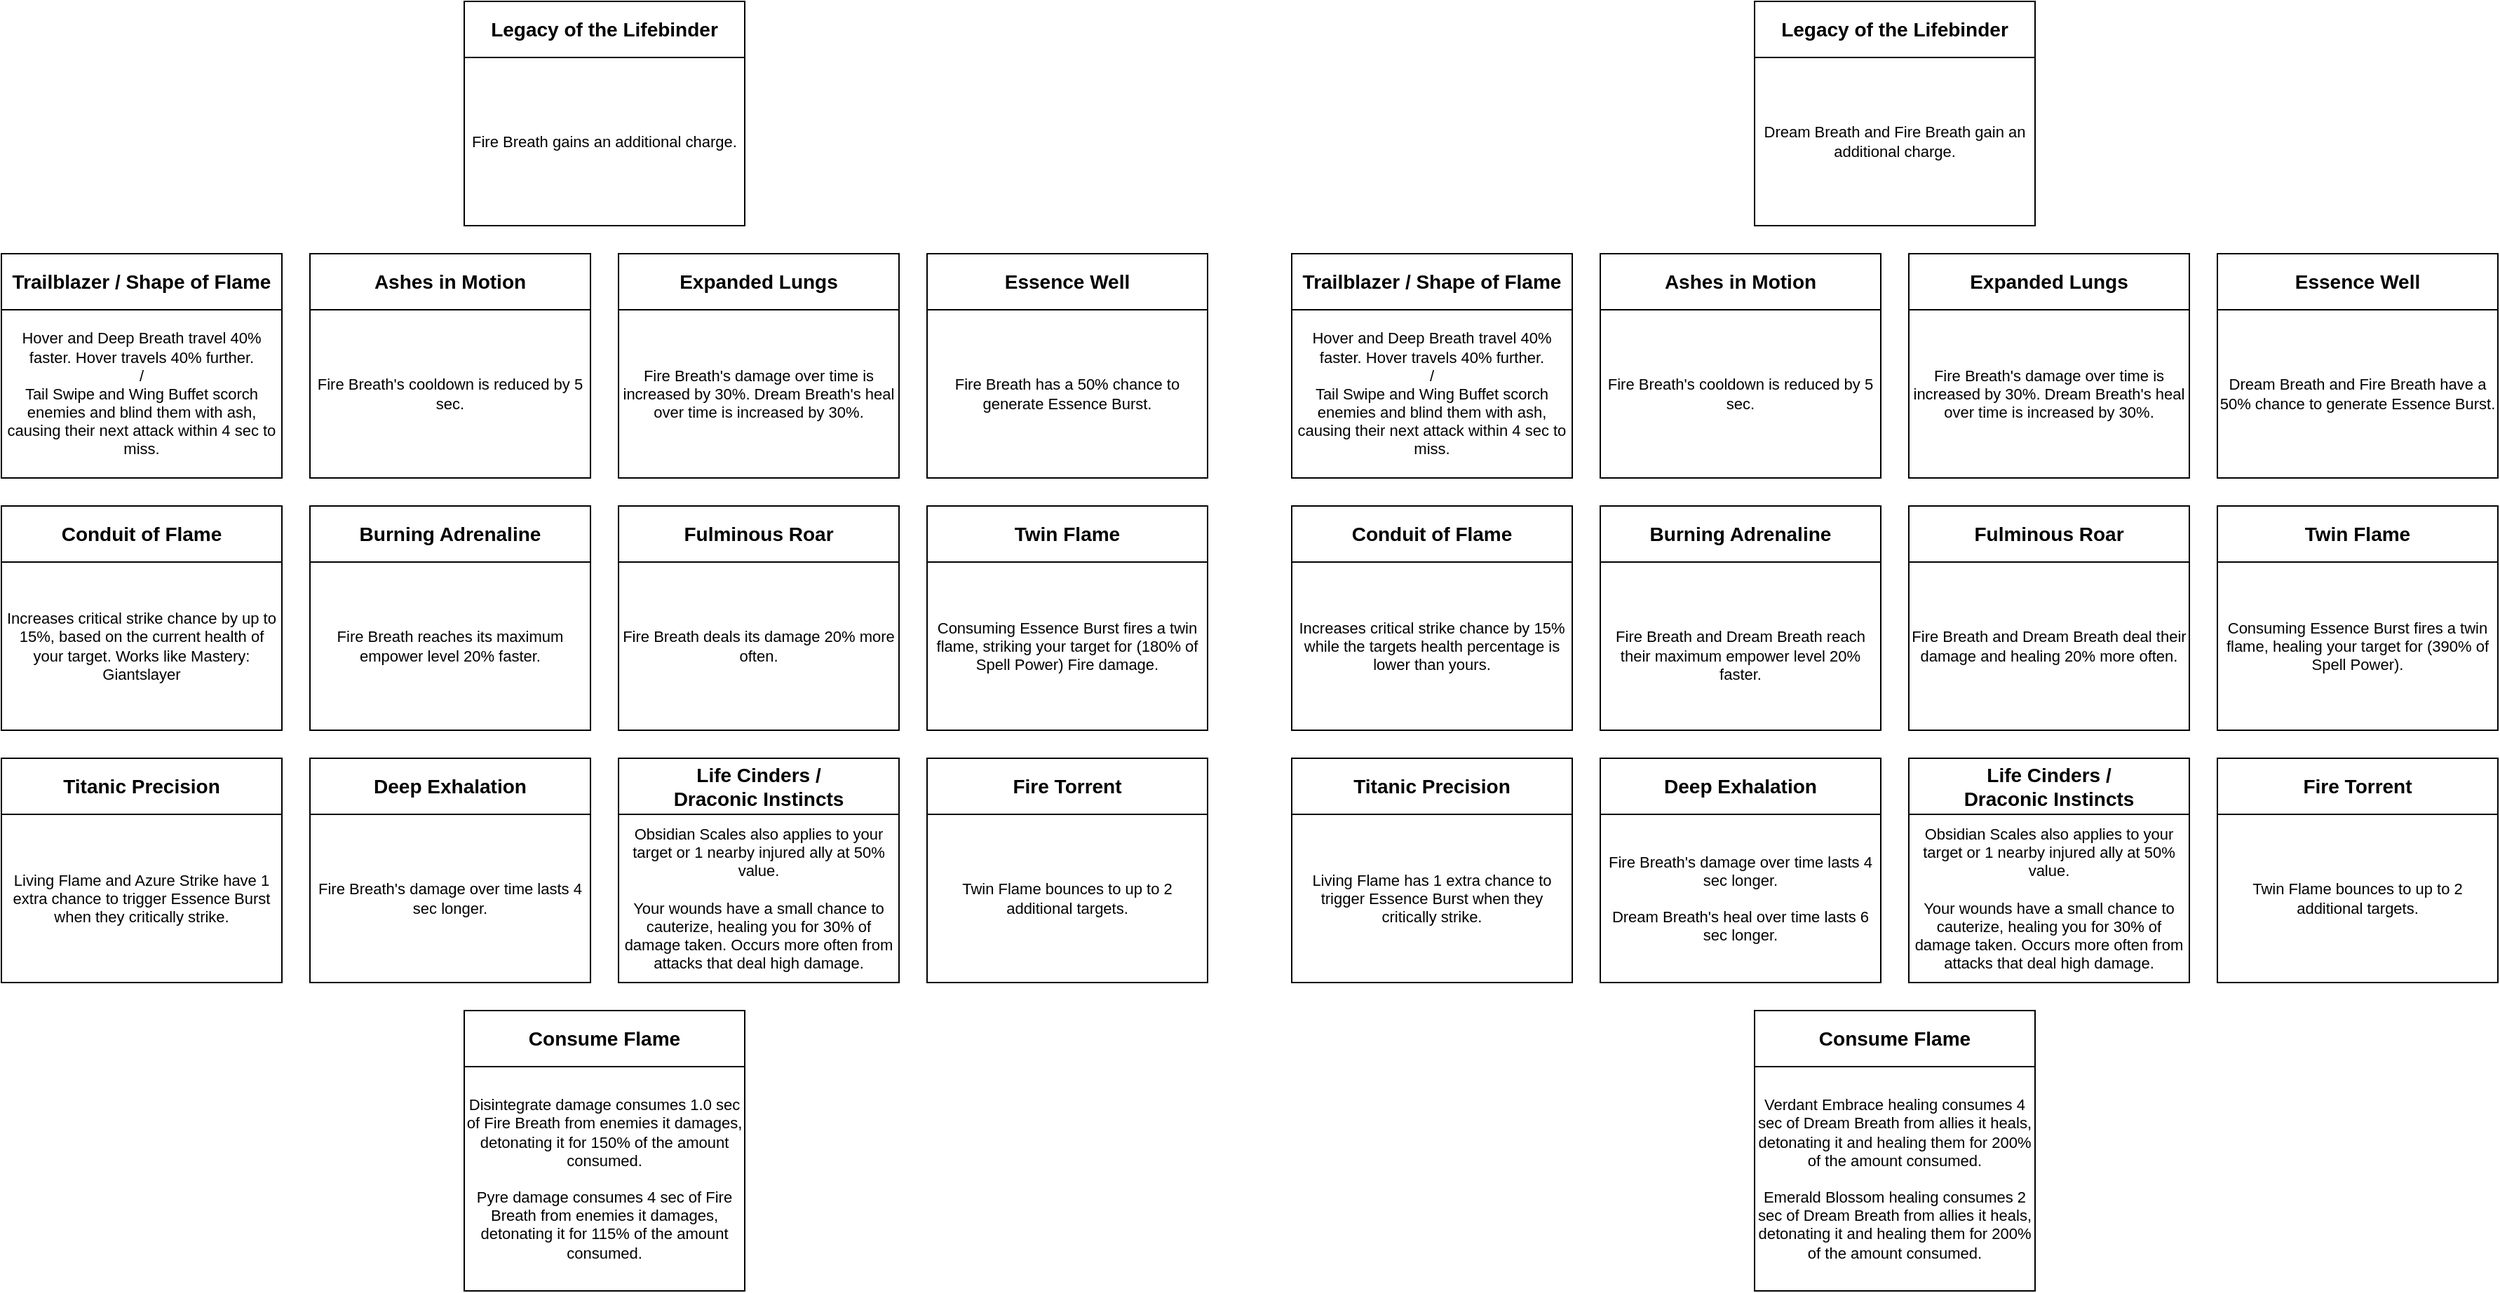
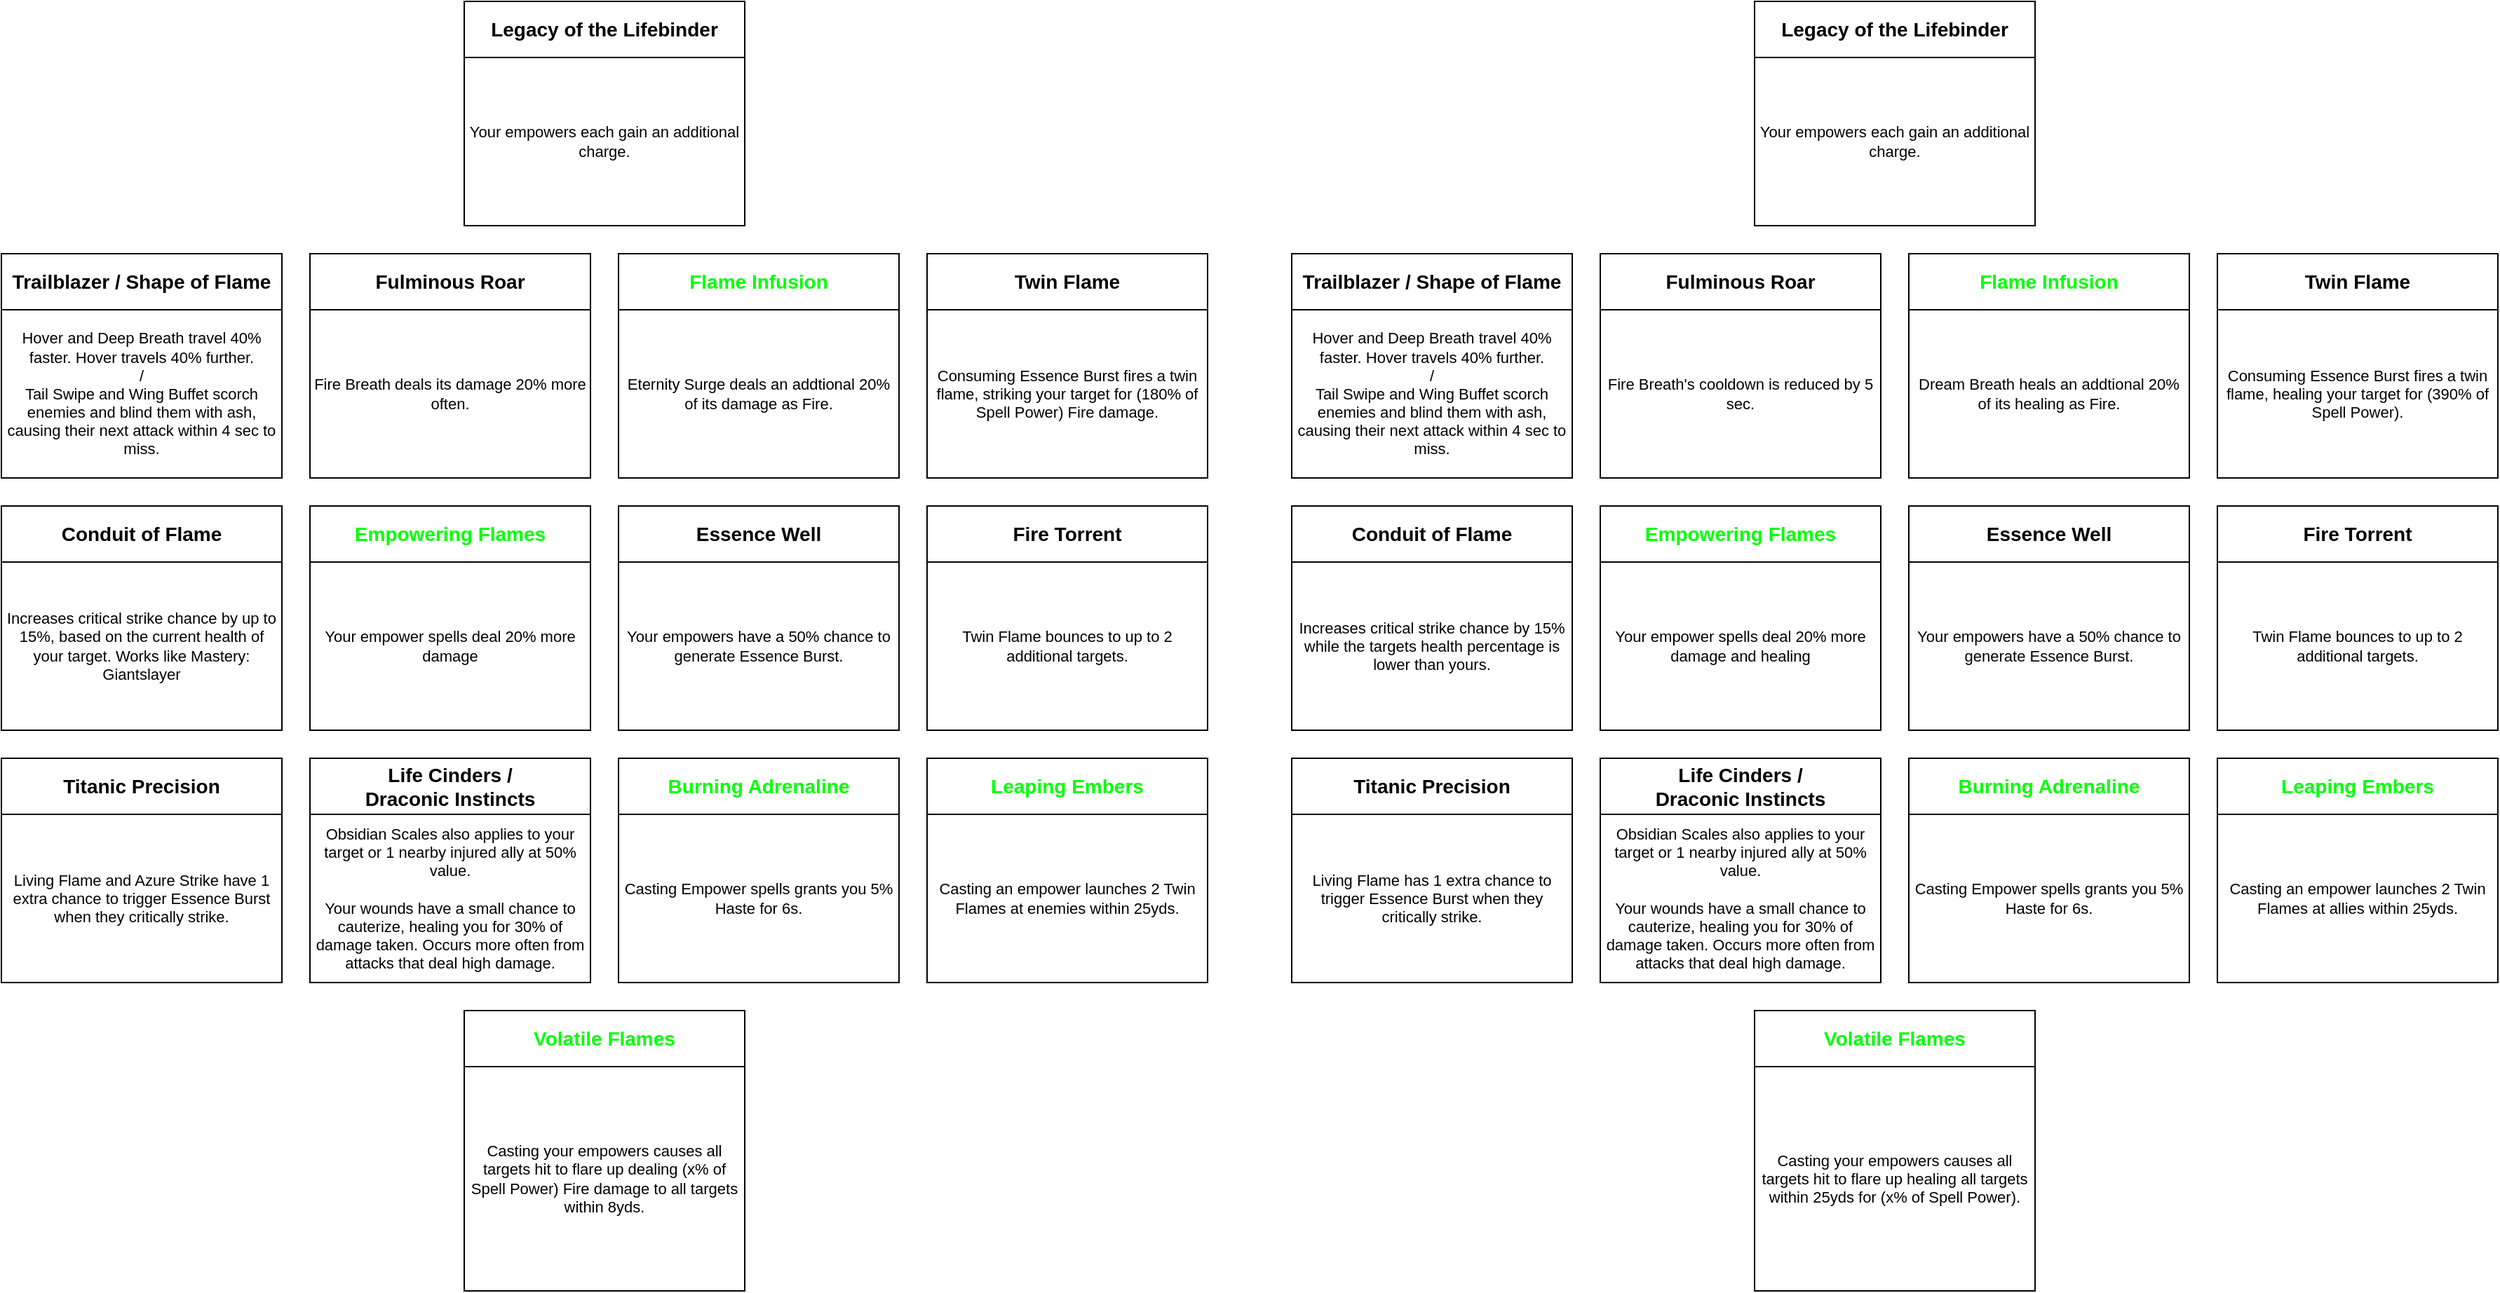
<mxfile host="app.diagrams.net" agent="Mozilla/5.0 (Windows NT 10.0; Win64; x64) AppleWebKit/537.36 (KHTML, like Gecko) Chrome/147.0.0.0 Safari/537.36 OPR/131.0.0.0">
  <diagram name="Page-1" id="7-C3C0MTsYJN3mklHAE3">
-     <mxGraphModel dx="1521" dy="844" grid="1" gridSize="10" guides="1" tooltips="1" connect="1" arrows="1" fold="1" page="1" pageScale="1" pageWidth="850" pageHeight="1100" math="0" shadow="0">
+     <mxGraphModel dx="1825" dy="1013" grid="1" gridSize="10" guides="1" tooltips="1" connect="1" arrows="1" fold="1" page="1" pageScale="1" pageWidth="850" pageHeight="1100" math="0" shadow="0">
      <root>
        <mxCell id="0" />
        <mxCell id="1" parent="0" />
-         <mxCell id="CbpXHZAzieputpjHQbmu-1" parent="1" style="rounded=0;whiteSpace=wrap;html=1;fontColor=default;fontStyle=1;fontSize=14;" value="&lt;div&gt;&lt;span style=&quot;background-color: transparent; color: light-dark(rgb(0, 0, 0), rgb(255, 255, 255));&quot;&gt;Legacy of the Lifebinder&lt;/span&gt;&lt;/div&gt;" vertex="1">
+         <mxCell id="CbpXHZAzieputpjHQbmu-1" parent="1" style="rounded=0;whiteSpace=wrap;html=1;fontColor=light-dark(#000000,#FFFF00);fontStyle=1;fontSize=14;" value="&lt;div&gt;&lt;span style=&quot;background-color: transparent;&quot;&gt;Legacy of the Lifebinder&lt;/span&gt;&lt;/div&gt;" vertex="1">
          <mxGeometry height="40" width="200" x="330" y="80" as="geometry" />
        </mxCell>
-         <mxCell id="CbpXHZAzieputpjHQbmu-6" parent="1" style="rounded=0;whiteSpace=wrap;html=1;verticalAlign=middle;fontSize=11;fontStyle=0" value="&lt;div&gt;&lt;span style=&quot;background-color: transparent; color: light-dark(rgb(0, 0, 0), rgb(255, 255, 255));&quot;&gt;Fire Breath gains an additional charge.&lt;/span&gt;&lt;/div&gt;" vertex="1">
+         <mxCell id="CbpXHZAzieputpjHQbmu-6" parent="1" style="rounded=0;whiteSpace=wrap;html=1;verticalAlign=middle;fontSize=11;fontStyle=0" value="Your empowers each gain an additional charge." vertex="1">
          <mxGeometry height="120" width="200" x="330" y="120" as="geometry" />
        </mxCell>
-         <mxCell id="CbpXHZAzieputpjHQbmu-7" parent="1" style="rounded=0;whiteSpace=wrap;html=1;fontColor=default;fontStyle=1;fontSize=14;" value="Burning Adrenaline" vertex="1">
+         <mxCell id="CbpXHZAzieputpjHQbmu-7" parent="1" style="rounded=0;whiteSpace=wrap;html=1;fontColor=#00FF00;fontStyle=1;fontSize=14;" value="Empowering Flames" vertex="1">
          <mxGeometry height="40" width="200" x="220" y="440" as="geometry" />
        </mxCell>
-         <mxCell id="CbpXHZAzieputpjHQbmu-8" parent="1" style="rounded=0;whiteSpace=wrap;html=1;fontSize=11;" value="&lt;div&gt;&lt;span style=&quot;background-color: transparent; color: light-dark(rgb(0, 0, 0), rgb(255, 255, 255));&quot;&gt;Fire Breath reaches its maximum empower level 20% faster.&lt;/span&gt;&lt;/div&gt;" vertex="1">
+         <mxCell id="CbpXHZAzieputpjHQbmu-8" parent="1" style="rounded=0;whiteSpace=wrap;html=1;fontSize=11;" value="Your empower spells deal 20% more damage" vertex="1">
          <mxGeometry height="120" width="200" x="220" y="480" as="geometry" />
        </mxCell>
        <mxCell id="CbpXHZAzieputpjHQbmu-9" parent="1" style="rounded=0;whiteSpace=wrap;html=1;fontColor=default;fontStyle=1;fontSize=14;" value="&lt;span&gt;&lt;font&gt;Trailblazer / Shape of Flame&lt;/font&gt;&lt;/span&gt;" vertex="1">
          <mxGeometry height="40" width="200" y="260" as="geometry" />
        </mxCell>
        <mxCell id="CbpXHZAzieputpjHQbmu-10" parent="1" style="rounded=0;whiteSpace=wrap;html=1;fontSize=11;" value="Hover and Deep Breath travel 40% faster. Hover travels 40% further.&lt;div&gt;/&lt;/div&gt;&lt;div&gt;Tail Swipe and Wing Buffet scorch enemies and blind them with ash, causing their next attack within 4 sec to miss.&lt;/div&gt;" vertex="1">
          <mxGeometry height="120" width="200" y="300" as="geometry" />
        </mxCell>
-         <mxCell id="CbpXHZAzieputpjHQbmu-11" parent="1" style="rounded=0;whiteSpace=wrap;html=1;fontStyle=1;fontSize=14;fontColor=light-dark(#000000,#FF9933);" value="&lt;span&gt;&lt;span&gt;Conduit of Flame&lt;/span&gt;&lt;/span&gt;" vertex="1">
+         <mxCell id="CbpXHZAzieputpjHQbmu-11" parent="1" style="rounded=0;whiteSpace=wrap;html=1;fontStyle=1;fontSize=14;fontColor=light-dark(#000000,#FFFF00);" value="&lt;span&gt;&lt;span&gt;Conduit of Flame&lt;/span&gt;&lt;/span&gt;" vertex="1">
          <mxGeometry height="40" width="200" y="440" as="geometry" />
        </mxCell>
        <mxCell id="CbpXHZAzieputpjHQbmu-12" parent="1" style="rounded=0;whiteSpace=wrap;html=1;fontSize=11;" value="Increases critical strike chance by up to 15%, based on the current health of your target. Works like Mastery: Giantslayer" vertex="1">
          <mxGeometry height="120" width="200" y="480" as="geometry" />
        </mxCell>
        <mxCell id="CbpXHZAzieputpjHQbmu-14" parent="1" style="rounded=0;whiteSpace=wrap;html=1;fontColor=default;fontStyle=1;fontSize=14;" value="Titanic Precision" vertex="1">
          <mxGeometry height="40" width="200" y="620" as="geometry" />
        </mxCell>
        <mxCell id="CbpXHZAzieputpjHQbmu-15" parent="1" style="rounded=0;whiteSpace=wrap;html=1;fontSize=11;" value="Living Flame and Azure Strike have 1 extra chance to trigger Essence Burst when they critically strike." vertex="1">
          <mxGeometry height="120" width="200" y="660" as="geometry" />
        </mxCell>
-         <mxCell id="CbpXHZAzieputpjHQbmu-16" parent="1" style="rounded=0;whiteSpace=wrap;html=1;fontColor=default;fontStyle=1;fontSize=14;" value="Ashes in Motion" vertex="1">
+         <mxCell id="CbpXHZAzieputpjHQbmu-16" parent="1" style="rounded=0;whiteSpace=wrap;html=1;fontColor=light-dark(#000000,#FF9933);fontStyle=1;fontSize=14;" value="&lt;span style=&quot;&quot;&gt;Fulminous Roar&lt;/span&gt;" vertex="1">
          <mxGeometry height="40" width="200" x="220" y="260" as="geometry" />
        </mxCell>
-         <mxCell id="CbpXHZAzieputpjHQbmu-17" parent="1" style="rounded=0;whiteSpace=wrap;html=1;fontSize=11;" value="Fire Breath&#39;s cooldown is reduced by 5 sec." vertex="1">
+         <mxCell id="CbpXHZAzieputpjHQbmu-17" parent="1" style="rounded=0;whiteSpace=wrap;html=1;fontSize=11;" value="Fire Breath deals its damage 20% more often." vertex="1">
          <mxGeometry height="120" width="200" x="220" y="300" as="geometry" />
        </mxCell>
-         <mxCell id="CbpXHZAzieputpjHQbmu-18" parent="1" style="rounded=0;whiteSpace=wrap;html=1;fontColor=default;fontStyle=1;fontSize=14;" value="Deep Exhalation" vertex="1">
+         <mxCell id="CbpXHZAzieputpjHQbmu-18" parent="1" style="rounded=0;whiteSpace=wrap;html=1;fontColor=light-dark(#000000,#FF9933);fontStyle=1;fontSize=14;" value="&lt;span style=&quot;&quot;&gt;Life Cinders /&lt;/span&gt;&lt;br style=&quot;&quot;&gt;&lt;span style=&quot;&quot;&gt;Draconic Instincts&lt;/span&gt;" vertex="1">
          <mxGeometry height="40" width="200" x="220" y="620" as="geometry" />
        </mxCell>
-         <mxCell id="CbpXHZAzieputpjHQbmu-19" parent="1" style="rounded=0;whiteSpace=wrap;html=1;fontSize=11;" value="&lt;div&gt;&lt;span style=&quot;background-color: transparent; color: light-dark(rgb(0, 0, 0), rgb(255, 255, 255));&quot;&gt;Fire Breath&#39;s damage over time lasts 4 sec longer.&lt;/span&gt;&lt;/div&gt;" vertex="1">
+         <mxCell id="CbpXHZAzieputpjHQbmu-19" parent="1" style="rounded=0;whiteSpace=wrap;html=1;fontSize=11;" value="Obsidian Scales also applies to your target or 1 nearby injured ally at 50% value.&lt;div&gt;&lt;br&gt;&lt;div&gt;Your wounds have a small chance to cauterize, healing you for 30% of damage taken. Occurs more often from attacks that deal high damage.&lt;/div&gt;&lt;/div&gt;" vertex="1">
          <mxGeometry height="120" width="200" x="220" y="660" as="geometry" />
        </mxCell>
-         <mxCell id="CbpXHZAzieputpjHQbmu-20" parent="1" style="rounded=0;whiteSpace=wrap;html=1;fontColor=#000000;fontStyle=1;fontSize=14;labelBackgroundColor=none;" value="Expanded Lungs" vertex="1">
+         <mxCell id="CbpXHZAzieputpjHQbmu-20" parent="1" style="rounded=0;whiteSpace=wrap;html=1;fontColor=#00FF00;fontStyle=1;fontSize=14;labelBackgroundColor=none;" value="Flame Infusion" vertex="1">
          <mxGeometry height="40" width="200" x="440" y="260" as="geometry" />
        </mxCell>
-         <mxCell id="CbpXHZAzieputpjHQbmu-21" parent="1" style="rounded=0;whiteSpace=wrap;html=1;fontSize=11;" value="Fire Breath&#39;s damage over time is increased by 30%. Dream Breath&#39;s heal over time is increased by 30%." vertex="1">
+         <mxCell id="CbpXHZAzieputpjHQbmu-21" parent="1" style="rounded=0;whiteSpace=wrap;html=1;fontSize=11;" value="Eternity Surge deals an&lt;span style=&quot;background-color: transparent; color: light-dark(rgb(0, 0, 0), rgb(255, 255, 255));&quot;&gt;&amp;nbsp;addtional 20% of its damage as Fire.&lt;/span&gt;" vertex="1">
          <mxGeometry height="120" width="200" x="440" y="300" as="geometry" />
        </mxCell>
-         <mxCell id="CbpXHZAzieputpjHQbmu-22" parent="1" style="rounded=0;whiteSpace=wrap;html=1;fontColor=default;fontStyle=1;fontSize=14;" value="Fulminous Roar" vertex="1">
+         <mxCell id="CbpXHZAzieputpjHQbmu-22" parent="1" style="rounded=0;whiteSpace=wrap;html=1;fontColor=light-dark(#000000,#FF9933);fontStyle=1;fontSize=14;" value="Essence Well" vertex="1">
          <mxGeometry height="40" width="200" x="440" y="440" as="geometry" />
        </mxCell>
-         <mxCell id="CbpXHZAzieputpjHQbmu-23" parent="1" style="rounded=0;whiteSpace=wrap;html=1;fontSize=11;" value="&lt;div&gt;Fire Breath deals its damage 20% more often.&lt;/div&gt;" vertex="1">
+         <mxCell id="CbpXHZAzieputpjHQbmu-23" parent="1" style="rounded=0;whiteSpace=wrap;html=1;fontSize=11;" value="Your empowers have a 50% chance to generate Essence Burst." vertex="1">
          <mxGeometry height="120" width="200" x="440" y="480" as="geometry" />
        </mxCell>
-         <mxCell id="CbpXHZAzieputpjHQbmu-24" parent="1" style="rounded=0;whiteSpace=wrap;html=1;fontColor=default;fontStyle=1;fontSize=14;" value="&lt;span&gt;Life Cinders / &lt;br&gt;Draconic Instincts&lt;/span&gt;" vertex="1">
+         <mxCell id="CbpXHZAzieputpjHQbmu-24" parent="1" style="rounded=0;whiteSpace=wrap;html=1;fontColor=#00FF00;fontStyle=1;fontSize=14;" value="Burning Adrenaline" vertex="1">
          <mxGeometry height="40" width="200" x="440" y="620" as="geometry" />
        </mxCell>
-         <mxCell id="CbpXHZAzieputpjHQbmu-25" parent="1" style="rounded=0;whiteSpace=wrap;html=1;fontSize=11;" value="Obsidian Scales also applies to your target or 1 nearby injured ally at 50% value.&lt;div&gt;&lt;br&gt;&lt;div&gt;Your wounds have a small chance to cauterize, healing you for 30% of damage taken. Occurs more often from attacks that deal high damage.&lt;/div&gt;&lt;/div&gt;" vertex="1">
+         <mxCell id="CbpXHZAzieputpjHQbmu-25" parent="1" style="rounded=0;whiteSpace=wrap;html=1;fontSize=11;" value="Casting Empower spells grants you 5% Haste for 6s." vertex="1">
          <mxGeometry height="120" width="200" x="440" y="660" as="geometry" />
        </mxCell>
-         <mxCell id="CbpXHZAzieputpjHQbmu-26" parent="1" style="rounded=0;whiteSpace=wrap;html=1;fontColor=default;fontStyle=1;fontSize=14;" value="Essence Well" vertex="1">
+         <mxCell id="CbpXHZAzieputpjHQbmu-26" parent="1" style="rounded=0;whiteSpace=wrap;html=1;fontColor=light-dark(#000000,#FF9933);fontStyle=1;fontSize=14;" value="Twin Flame" vertex="1">
          <mxGeometry height="40" width="200" x="660" y="260" as="geometry" />
        </mxCell>
-         <mxCell id="CbpXHZAzieputpjHQbmu-27" parent="1" style="rounded=0;whiteSpace=wrap;html=1;fontSize=11;" value="&lt;div&gt;&lt;span style=&quot;background-color: transparent; color: light-dark(rgb(0, 0, 0), rgb(255, 255, 255));&quot;&gt;Fire Breath has a 50% chance to generate Essence Burst.&lt;/span&gt;&lt;/div&gt;" vertex="1">
+         <mxCell id="CbpXHZAzieputpjHQbmu-27" parent="1" style="rounded=0;whiteSpace=wrap;html=1;fontSize=11;" value="Consuming Essence Burst fires a twin flame, striking your target for (180% of Spell Power) Fire damage." vertex="1">
          <mxGeometry height="120" width="200" x="660" y="300" as="geometry" />
        </mxCell>
-         <mxCell id="CbpXHZAzieputpjHQbmu-28" parent="1" style="rounded=0;whiteSpace=wrap;html=1;fontColor=default;fontSize=14;fontStyle=1" value="Twin Flame" vertex="1">
+         <mxCell id="CbpXHZAzieputpjHQbmu-28" parent="1" style="rounded=0;whiteSpace=wrap;html=1;fontColor=light-dark(#000000,#FF9933);fontSize=14;fontStyle=1" value="Fire Torrent" vertex="1">
          <mxGeometry height="40" width="200" x="660" y="440" as="geometry" />
        </mxCell>
-         <mxCell id="CbpXHZAzieputpjHQbmu-29" parent="1" style="rounded=0;whiteSpace=wrap;html=1;fontSize=11;" value="&lt;div&gt;&lt;span style=&quot;background-color: transparent; color: light-dark(rgb(0, 0, 0), rgb(255, 255, 255));&quot;&gt;Consuming Essence Burst fires a twin flame, striking your target for (180% of Spell Power) Fire damage.&lt;/span&gt;&lt;/div&gt;" vertex="1">
+         <mxCell id="CbpXHZAzieputpjHQbmu-29" parent="1" style="rounded=0;whiteSpace=wrap;html=1;fontSize=11;" value="Twin Flame bounces to up to 2 additional targets." vertex="1">
          <mxGeometry height="120" width="200" x="660" y="480" as="geometry" />
        </mxCell>
-         <mxCell id="CbpXHZAzieputpjHQbmu-30" parent="1" style="rounded=0;whiteSpace=wrap;html=1;fontColor=default;fontStyle=1;fontSize=14;" value="Fire Torrent" vertex="1">
+         <mxCell id="CbpXHZAzieputpjHQbmu-30" parent="1" style="rounded=0;whiteSpace=wrap;html=1;fontColor=#00FF00;fontStyle=1;fontSize=14;" value="Leaping Embers" vertex="1">
          <mxGeometry height="40" width="200" x="660" y="620" as="geometry" />
        </mxCell>
-         <mxCell id="CbpXHZAzieputpjHQbmu-31" parent="1" style="rounded=0;whiteSpace=wrap;html=1;fontSize=11;" value="&lt;div&gt;Twin Flame bounces to up to 2 additional targets.&lt;/div&gt;" vertex="1">
+         <mxCell id="CbpXHZAzieputpjHQbmu-31" parent="1" style="rounded=0;whiteSpace=wrap;html=1;fontSize=11;" value="Casting an empower launches 2 Twin Flames at enemies within 25yds." vertex="1">
          <mxGeometry height="120" width="200" x="660" y="660" as="geometry" />
        </mxCell>
-         <mxCell id="CbpXHZAzieputpjHQbmu-32" parent="1" style="rounded=0;whiteSpace=wrap;html=1;fontColor=default;fontStyle=1" value="&lt;span style=&quot;font-size: 14px;&quot;&gt;Consume Flame&lt;/span&gt;" vertex="1">
+         <mxCell id="CbpXHZAzieputpjHQbmu-32" parent="1" style="rounded=0;whiteSpace=wrap;html=1;fontColor=#00FF00;fontStyle=1" value="&lt;span style=&quot;font-size: 14px;&quot;&gt;Volatile Flames&lt;/span&gt;" vertex="1">
          <mxGeometry height="40" width="200" x="330" y="800" as="geometry" />
        </mxCell>
-         <mxCell id="CbpXHZAzieputpjHQbmu-33" parent="1" style="rounded=0;whiteSpace=wrap;html=1;verticalAlign=middle;fontSize=11;" value="&lt;div&gt;&lt;span style=&quot;background-color: transparent; color: light-dark(rgb(0, 0, 0), rgb(255, 255, 255));&quot;&gt;Disintegrate damage consumes 1.0 sec of Fire Breath from enemies it damages, detonating it for 150% of the amount consumed.&lt;/span&gt;&lt;/div&gt;&lt;div&gt;&lt;br&gt;&lt;/div&gt;&lt;div&gt;Pyre damage consumes 4 sec of Fire Breath from enemies it damages, detonating it for 115% of the amount consumed.&lt;/div&gt;" vertex="1">
+         <mxCell id="CbpXHZAzieputpjHQbmu-33" parent="1" style="rounded=0;whiteSpace=wrap;html=1;verticalAlign=middle;fontSize=11;" value="Casting your empowers causes all targets hit to flare up dealing (x% of Spell Power) Fire damage to all targets within 8yds." vertex="1">
          <mxGeometry height="160" width="200" x="330" y="840" as="geometry" />
        </mxCell>
-         <mxCell id="ExkhEfNAmdtYAn1Fs_e5-1" parent="1" style="rounded=0;whiteSpace=wrap;html=1;fontColor=default;fontStyle=1;fontSize=14;" value="Legacy of the Lifebinder" vertex="1">
+         <mxCell id="ExkhEfNAmdtYAn1Fs_e5-1" parent="1" style="rounded=0;whiteSpace=wrap;html=1;fontColor=light-dark(#000000,#FFFF00);fontStyle=1;fontSize=14;" value="Legacy of the Lifebinder" vertex="1">
          <mxGeometry height="40" width="200" x="1250" y="80" as="geometry" />
        </mxCell>
-         <mxCell id="ExkhEfNAmdtYAn1Fs_e5-2" parent="1" style="rounded=0;whiteSpace=wrap;html=1;verticalAlign=middle;fontSize=11;fontStyle=0" value="&lt;div&gt;&lt;span style=&quot;background-color: transparent; color: light-dark(rgb(0, 0, 0), rgb(255, 255, 255));&quot;&gt;Dream Breath and Fire Breath gain an additional charge.&lt;/span&gt;&lt;/div&gt;" vertex="1">
+         <mxCell id="ExkhEfNAmdtYAn1Fs_e5-2" parent="1" style="rounded=0;whiteSpace=wrap;html=1;verticalAlign=middle;fontSize=11;fontStyle=0" value="Your empowers each gain an additional charge." vertex="1">
          <mxGeometry height="120" width="200" x="1250" y="120" as="geometry" />
        </mxCell>
-         <mxCell id="ExkhEfNAmdtYAn1Fs_e5-3" parent="1" style="rounded=0;whiteSpace=wrap;html=1;fontColor=default;fontStyle=1;fontSize=14;" value="Burning Adrenaline" vertex="1">
+         <mxCell id="ExkhEfNAmdtYAn1Fs_e5-3" parent="1" style="rounded=0;whiteSpace=wrap;html=1;fontColor=#00FF00;fontStyle=1;fontSize=14;" value="Empowering Flames" vertex="1">
          <mxGeometry height="40" width="200" x="1140" y="440" as="geometry" />
        </mxCell>
-         <mxCell id="ExkhEfNAmdtYAn1Fs_e5-4" parent="1" style="rounded=0;whiteSpace=wrap;html=1;fontSize=11;" value="&lt;div&gt;&lt;br&gt;&lt;/div&gt;&lt;div&gt;Fire Breath and Dream Breath reach their maximum empower level 20% faster.&lt;/div&gt;" vertex="1">
+         <mxCell id="ExkhEfNAmdtYAn1Fs_e5-4" parent="1" style="rounded=0;whiteSpace=wrap;html=1;fontSize=11;" value="Your empower spells deal 20% more damage and healing" vertex="1">
          <mxGeometry height="120" width="200" x="1140" y="480" as="geometry" />
        </mxCell>
        <mxCell id="ExkhEfNAmdtYAn1Fs_e5-5" parent="1" style="rounded=0;whiteSpace=wrap;html=1;fontColor=default;fontStyle=1;fontSize=14;" value="&lt;span&gt;&lt;font&gt;Trailblazer / Shape of Flame&lt;/font&gt;&lt;/span&gt;" vertex="1">
          <mxGeometry height="40" width="200" x="920" y="260" as="geometry" />
        </mxCell>
        <mxCell id="ExkhEfNAmdtYAn1Fs_e5-6" parent="1" style="rounded=0;whiteSpace=wrap;html=1;fontSize=11;" value="Hover and Deep Breath travel 40% faster. Hover travels 40% further.&lt;div&gt;/&lt;/div&gt;&lt;div&gt;Tail Swipe and Wing Buffet scorch enemies and blind them with ash, causing their next attack within 4 sec to miss.&lt;/div&gt;" vertex="1">
          <mxGeometry height="120" width="200" x="920" y="300" as="geometry" />
        </mxCell>
        <mxCell id="ExkhEfNAmdtYAn1Fs_e5-7" parent="1" style="rounded=0;whiteSpace=wrap;html=1;fontColor=#000000;fontStyle=1;fontSize=14;" value="&lt;span&gt;&lt;span&gt;Conduit of Flame&lt;/span&gt;&lt;/span&gt;" vertex="1">
          <mxGeometry height="40" width="200" x="920" y="440" as="geometry" />
        </mxCell>
        <mxCell id="ExkhEfNAmdtYAn1Fs_e5-8" parent="1" style="rounded=0;whiteSpace=wrap;html=1;fontSize=11;" value="Increases critical strike chance by 15% while the targets health percentage is lower than yours." vertex="1">
          <mxGeometry height="120" width="200" x="920" y="480" as="geometry" />
        </mxCell>
        <mxCell id="ExkhEfNAmdtYAn1Fs_e5-9" parent="1" style="rounded=0;whiteSpace=wrap;html=1;fontColor=default;fontStyle=1;fontSize=14;" value="Titanic Precision" vertex="1">
          <mxGeometry height="40" width="200" x="920" y="620" as="geometry" />
        </mxCell>
        <mxCell id="ExkhEfNAmdtYAn1Fs_e5-10" parent="1" style="rounded=0;whiteSpace=wrap;html=1;fontSize=11;" value="Living Flame&amp;nbsp;&lt;span style=&quot;background-color: transparent; color: light-dark(rgb(0, 0, 0), rgb(255, 255, 255));&quot;&gt;has 1 extra chance to trigger Essence Burst when they critically strike.&lt;/span&gt;" vertex="1">
          <mxGeometry height="120" width="200" x="920" y="660" as="geometry" />
        </mxCell>
-         <mxCell id="ExkhEfNAmdtYAn1Fs_e5-11" parent="1" style="rounded=0;whiteSpace=wrap;html=1;fontColor=default;fontStyle=1;fontSize=14;" value="Ashes in Motion" vertex="1">
+         <mxCell id="ExkhEfNAmdtYAn1Fs_e5-11" parent="1" style="rounded=0;whiteSpace=wrap;html=1;fontColor=light-dark(#000000,#FF9933);fontStyle=1;fontSize=14;" value="&lt;span style=&quot;&quot;&gt;Fulminous Roar&lt;/span&gt;" vertex="1">
          <mxGeometry height="40" width="200" x="1140" y="260" as="geometry" />
        </mxCell>
        <mxCell id="ExkhEfNAmdtYAn1Fs_e5-12" parent="1" style="rounded=0;whiteSpace=wrap;html=1;fontSize=11;" value="Fire Breath&#39;s cooldown is reduced by 5 sec." vertex="1">
          <mxGeometry height="120" width="200" x="1140" y="300" as="geometry" />
        </mxCell>
-         <mxCell id="ExkhEfNAmdtYAn1Fs_e5-13" parent="1" style="rounded=0;whiteSpace=wrap;html=1;fontColor=default;fontStyle=1;fontSize=14;" value="Deep Exhalation" vertex="1">
+         <mxCell id="ExkhEfNAmdtYAn1Fs_e5-13" parent="1" style="rounded=0;whiteSpace=wrap;html=1;fontColor=light-dark(#000000,#FF9933);fontStyle=1;fontSize=14;" value="&lt;span style=&quot;&quot;&gt;Life Cinders /&lt;/span&gt;&lt;br style=&quot;&quot;&gt;&lt;span style=&quot;&quot;&gt;Draconic Instincts&lt;/span&gt;" vertex="1">
          <mxGeometry height="40" width="200" x="1140" y="620" as="geometry" />
        </mxCell>
-         <mxCell id="ExkhEfNAmdtYAn1Fs_e5-14" parent="1" style="rounded=0;whiteSpace=wrap;html=1;fontSize=11;" value="&lt;div&gt;Fire Breath&#39;s damage over time lasts 4 sec longer.&lt;/div&gt;&lt;div&gt;&lt;br&gt;&lt;/div&gt;&lt;div&gt;Dream Breath&#39;s heal over time lasts 6 sec longer.&lt;/div&gt;" vertex="1">
+         <mxCell id="ExkhEfNAmdtYAn1Fs_e5-14" parent="1" style="rounded=0;whiteSpace=wrap;html=1;fontSize=11;" value="Obsidian Scales also applies to your target or 1 nearby injured ally at 50% value.&lt;div&gt;&lt;br&gt;&lt;div&gt;Your wounds have a small chance to cauterize, healing you for 30% of damage taken. Occurs more often from attacks that deal high damage.&lt;/div&gt;&lt;/div&gt;" vertex="1">
          <mxGeometry height="120" width="200" x="1140" y="660" as="geometry" />
        </mxCell>
-         <mxCell id="ExkhEfNAmdtYAn1Fs_e5-15" parent="1" style="rounded=0;whiteSpace=wrap;html=1;fontColor=#000000;fontStyle=1;fontSize=14;" value="Expanded Lungs" vertex="1">
+         <mxCell id="ExkhEfNAmdtYAn1Fs_e5-15" parent="1" style="rounded=0;whiteSpace=wrap;html=1;fontColor=#00FF00;fontStyle=1;fontSize=14;" value="Flame Infusion" vertex="1">
          <mxGeometry height="40" width="200" x="1360" y="260" as="geometry" />
        </mxCell>
-         <mxCell id="ExkhEfNAmdtYAn1Fs_e5-16" parent="1" style="rounded=0;whiteSpace=wrap;html=1;fontSize=11;" value="Fire Breath&#39;s damage over time is increased by 30%. Dream Breath&#39;s heal over time is increased by 30%." vertex="1">
+         <mxCell id="ExkhEfNAmdtYAn1Fs_e5-16" parent="1" style="rounded=0;whiteSpace=wrap;html=1;fontSize=11;" value="Dream Breath heals an&lt;span style=&quot;color: light-dark(rgb(0, 0, 0), rgb(255, 255, 255)); background-color: transparent;&quot;&gt;&amp;nbsp;addtional 20% of its healing as Fire.&lt;/span&gt;" vertex="1">
          <mxGeometry height="120" width="200" x="1360" y="300" as="geometry" />
        </mxCell>
-         <mxCell id="ExkhEfNAmdtYAn1Fs_e5-17" parent="1" style="rounded=0;whiteSpace=wrap;html=1;fontColor=default;fontStyle=1;fontSize=14;" value="Fulminous Roar" vertex="1">
+         <mxCell id="ExkhEfNAmdtYAn1Fs_e5-17" parent="1" style="rounded=0;whiteSpace=wrap;html=1;fontColor=light-dark(#000000,#FF9933);fontStyle=1;fontSize=14;" value="Essence Well" vertex="1">
          <mxGeometry height="40" width="200" x="1360" y="440" as="geometry" />
        </mxCell>
-         <mxCell id="ExkhEfNAmdtYAn1Fs_e5-18" parent="1" style="rounded=0;whiteSpace=wrap;html=1;fontSize=11;" value="&lt;div&gt;&lt;span style=&quot;background-color: transparent; color: light-dark(rgb(0, 0, 0), rgb(255, 255, 255));&quot;&gt;Fire Breath and Dream Breath deal their damage and healing 20% more often.&lt;/span&gt;&lt;/div&gt;" vertex="1">
+         <mxCell id="ExkhEfNAmdtYAn1Fs_e5-18" parent="1" style="rounded=0;whiteSpace=wrap;html=1;fontSize=11;" value="Your empowers have a 50% chance to generate Essence Burst." vertex="1">
          <mxGeometry height="120" width="200" x="1360" y="480" as="geometry" />
        </mxCell>
-         <mxCell id="ExkhEfNAmdtYAn1Fs_e5-19" parent="1" style="rounded=0;whiteSpace=wrap;html=1;fontColor=default;fontStyle=1;fontSize=14;" value="&lt;span&gt;Life Cinders / &lt;br&gt;Draconic Instincts&lt;/span&gt;" vertex="1">
+         <mxCell id="ExkhEfNAmdtYAn1Fs_e5-19" parent="1" style="rounded=0;whiteSpace=wrap;html=1;fontColor=#00FF00;fontStyle=1;fontSize=14;" value="Burning Adrenaline" vertex="1">
          <mxGeometry height="40" width="200" x="1360" y="620" as="geometry" />
        </mxCell>
-         <mxCell id="ExkhEfNAmdtYAn1Fs_e5-20" parent="1" style="rounded=0;whiteSpace=wrap;html=1;fontSize=11;" value="Obsidian Scales also applies to your target or 1 nearby injured ally at 50% value.&lt;div&gt;&lt;br&gt;&lt;div&gt;Your wounds have a small chance to cauterize, healing you for 30% of damage taken. Occurs more often from attacks that deal high damage.&lt;/div&gt;&lt;/div&gt;" vertex="1">
+         <mxCell id="ExkhEfNAmdtYAn1Fs_e5-20" parent="1" style="rounded=0;whiteSpace=wrap;html=1;fontSize=11;" value="Casting Empower spells grants you 5% Haste for 6s." vertex="1">
          <mxGeometry height="120" width="200" x="1360" y="660" as="geometry" />
        </mxCell>
-         <mxCell id="ExkhEfNAmdtYAn1Fs_e5-21" parent="1" style="rounded=0;whiteSpace=wrap;html=1;fontColor=default;fontStyle=1;fontSize=14;" value="Essence Well" vertex="1">
+         <mxCell id="ExkhEfNAmdtYAn1Fs_e5-21" parent="1" style="rounded=0;whiteSpace=wrap;html=1;fontColor=light-dark(#000000,#FF9933);fontStyle=1;fontSize=14;" value="Twin Flame" vertex="1">
          <mxGeometry height="40" width="200" x="1580" y="260" as="geometry" />
        </mxCell>
-         <mxCell id="ExkhEfNAmdtYAn1Fs_e5-22" parent="1" style="rounded=0;whiteSpace=wrap;html=1;fontSize=11;" value="&lt;div&gt;&lt;span style=&quot;background-color: transparent; color: light-dark(rgb(0, 0, 0), rgb(255, 255, 255));&quot;&gt;Dream Breath and Fire Breath have a 50% chance to generate Essence Burst.&lt;/span&gt;&lt;/div&gt;" vertex="1">
+         <mxCell id="ExkhEfNAmdtYAn1Fs_e5-22" parent="1" style="rounded=0;whiteSpace=wrap;html=1;fontSize=11;" value="Consuming Essence Burst fires a twin flame, healing your target for (390% of Spell Power)." vertex="1">
          <mxGeometry height="120" width="200" x="1580" y="300" as="geometry" />
        </mxCell>
-         <mxCell id="ExkhEfNAmdtYAn1Fs_e5-23" parent="1" style="rounded=0;whiteSpace=wrap;html=1;fontColor=default;fontSize=14;fontStyle=1" value="Twin Flame" vertex="1">
+         <mxCell id="ExkhEfNAmdtYAn1Fs_e5-23" parent="1" style="rounded=0;whiteSpace=wrap;html=1;fontColor=light-dark(#000000,#FF9933);fontSize=14;fontStyle=1" value="Fire Torrent" vertex="1">
          <mxGeometry height="40" width="200" x="1580" y="440" as="geometry" />
        </mxCell>
-         <mxCell id="ExkhEfNAmdtYAn1Fs_e5-24" parent="1" style="rounded=0;whiteSpace=wrap;html=1;fontSize=11;" value="Consuming Essence Burst fires a twin flame, healing your target for (390% of Spell Power)." vertex="1">
+         <mxCell id="ExkhEfNAmdtYAn1Fs_e5-24" parent="1" style="rounded=0;whiteSpace=wrap;html=1;fontSize=11;" value="Twin Flame bounces to up to 2 additional targets." vertex="1">
          <mxGeometry height="120" width="200" x="1580" y="480" as="geometry" />
        </mxCell>
-         <mxCell id="ExkhEfNAmdtYAn1Fs_e5-25" parent="1" style="rounded=0;whiteSpace=wrap;html=1;fontColor=default;fontStyle=1;fontSize=14;" value="Fire Torrent" vertex="1">
+         <mxCell id="ExkhEfNAmdtYAn1Fs_e5-25" parent="1" style="rounded=0;whiteSpace=wrap;html=1;fontColor=#00FF00;fontStyle=1;fontSize=14;" value="Leaping Embers" vertex="1">
          <mxGeometry height="40" width="200" x="1580" y="620" as="geometry" />
        </mxCell>
-         <mxCell id="ExkhEfNAmdtYAn1Fs_e5-26" parent="1" style="rounded=0;whiteSpace=wrap;html=1;fontSize=11;" value="Twin Flame bounces to up to 2 additional targets." vertex="1">
+         <mxCell id="ExkhEfNAmdtYAn1Fs_e5-26" parent="1" style="rounded=0;whiteSpace=wrap;html=1;fontSize=11;" value="Casting an empower launches 2 Twin Flames at allies within 25yds." vertex="1">
          <mxGeometry height="120" width="200" x="1580" y="660" as="geometry" />
        </mxCell>
-         <mxCell id="ExkhEfNAmdtYAn1Fs_e5-27" parent="1" style="rounded=0;whiteSpace=wrap;html=1;fontColor=default;fontStyle=1" value="&lt;span style=&quot;font-size: 14px;&quot;&gt;Consume Flame&lt;/span&gt;" vertex="1">
+         <mxCell id="ExkhEfNAmdtYAn1Fs_e5-27" parent="1" style="rounded=0;whiteSpace=wrap;html=1;fontColor=#00FF00;fontStyle=1" value="&lt;span style=&quot;font-size: 14px;&quot;&gt;Volatile Flames&lt;/span&gt;" vertex="1">
          <mxGeometry height="40" width="200" x="1250" y="800" as="geometry" />
        </mxCell>
-         <mxCell id="ExkhEfNAmdtYAn1Fs_e5-28" parent="1" style="rounded=0;whiteSpace=wrap;html=1;verticalAlign=middle;fontSize=11;" value="&lt;div&gt;Verdant Embrace healing consumes 4 sec of Dream Breath from allies it heals, detonating it and healing them for 200% of the amount consumed.&lt;/div&gt;&lt;div&gt;&lt;br&gt;&lt;/div&gt;&lt;div&gt;Emerald Blossom healing consumes 2 sec of Dream Breath from allies it heals, detonating it and healing them for 200% of the amount consumed.&lt;/div&gt;" vertex="1">
+         <mxCell id="ExkhEfNAmdtYAn1Fs_e5-28" parent="1" style="rounded=0;whiteSpace=wrap;html=1;verticalAlign=middle;fontSize=11;" value="Casting your empowers causes all targets hit to flare up healing all targets within 25yds for (x% of Spell Power)." vertex="1">
          <mxGeometry height="160" width="200" x="1250" y="840" as="geometry" />
        </mxCell>
      </root>
    </mxGraphModel>
  </diagram>
</mxfile>
